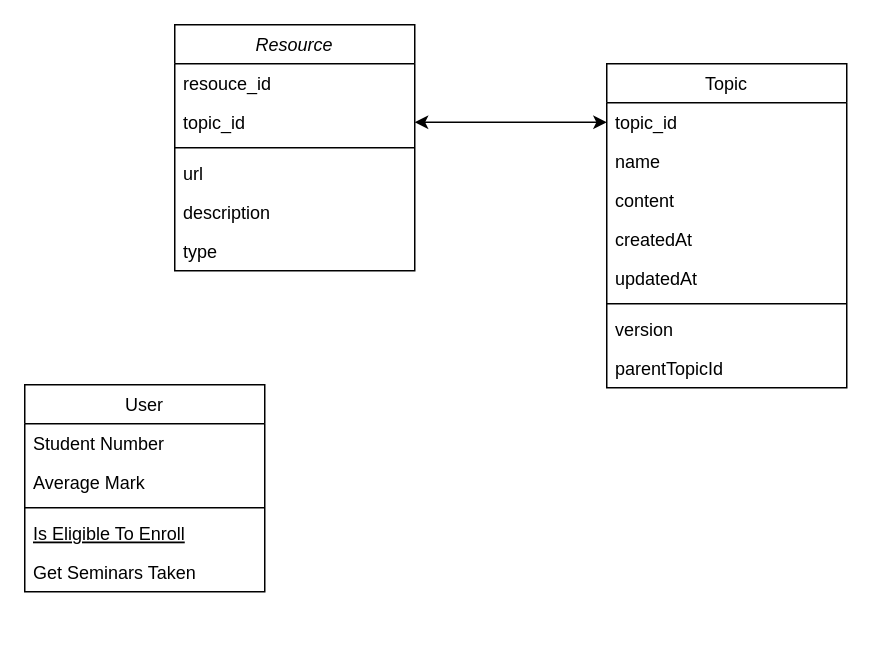
This is ManagementAPI.drawio from code-a11ly/Draw.io, a draw.io file, before an edit. Source tidied: cells renumbered, new cells numbered last; positions are measured from the earlier drawing's top-left corner, leaving out a move shared by most shapes. Both pictures are drawn from the tidied source at 150%, with x=0, y=0 at pixel (24, 24).
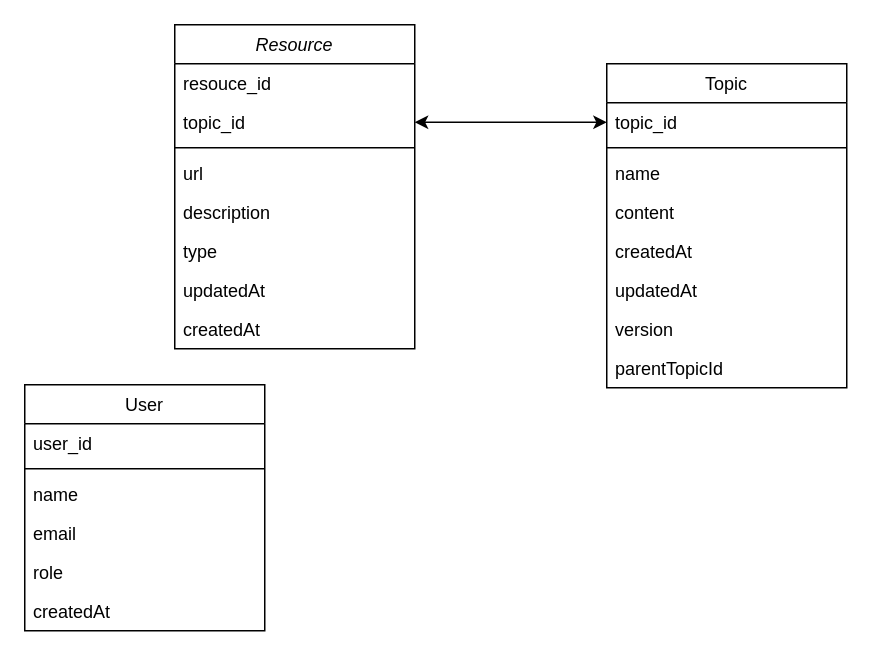
The same page after the edit.

Unchanged cells that the change refers to:
```xml
<mxCell id="15" value="Topic" style="swimlane;fontStyle=0;align=center;verticalAlign=top;horizontal=1;startSize=26;rounded=0;shadow=0;strokeWidth=1;" parent="1" vertex="1">
  <mxGeometry x="388" y="26" width="160" height="216" as="geometry" />
</mxCell>
```

Change to the diagram source:
```diff
@@
     <mxCell id="2" value="Resource" style="swimlane;fontStyle=2;align=center;verticalAlign=top;horizontal=1;startSize=26;rounded=0;shadow=0;strokeWidth=1;" parent="1" vertex="1">
-      <mxGeometry x="100" width="160" height="164" as="geometry" />
+      <mxGeometry x="100" width="160" height="216" as="geometry" />
     </mxCell>
@@
+    <mxCell id="25" value="updatedAt" style="text;align=left;verticalAlign=top;spacingLeft=4;spacingRight=4;overflow=hidden;rounded=0;shadow=0;html=0;" parent="2" vertex="1">
+      <mxGeometry y="164" width="160" height="26" as="geometry" />
+    </mxCell>
+    <mxCell id="26" value="createdAt" style="text;align=left;verticalAlign=top;spacingLeft=4;spacingRight=4;overflow=hidden;rounded=0;shadow=0;html=0;" parent="2" vertex="1">
+      <mxGeometry y="190" width="160" height="26" as="geometry" />
+    </mxCell>
     <mxCell id="9" value="User" style="swimlane;fontStyle=0;align=center;verticalAlign=top;horizontal=1;startSize=26;rounded=0;shadow=0;strokeWidth=1;" parent="1" vertex="1">
-      <mxGeometry y="240" width="160" height="138" as="geometry" />
+      <mxGeometry y="240" width="160" height="164" as="geometry" />
     </mxCell>
-    <mxCell id="10" value="Student Number" style="text;align=left;verticalAlign=top;spacingLeft=4;spacingRight=4;overflow=hidden;" parent="9" vertex="1">
+    <mxCell id="10" value="user_id" style="text;align=left;verticalAlign=top;spacingLeft=4;spacingRight=4;overflow=hidden;" parent="9" vertex="1">
       <mxGeometry y="26" width="160" height="26" as="geometry" />
     </mxCell>
+    <mxCell id="12" style="line;html=1;strokeWidth=1;align=left;verticalAlign=middle;spacingTop=-1;spacingLeft=3;spacingRight=3;labelPosition=right;" parent="9" vertex="1">
+      <mxGeometry y="52" width="160" height="8" as="geometry" />
+    </mxCell>
-    <mxCell id="11" value="Average Mark" style="text;align=left;verticalAlign=top;spacingLeft=4;spacingRight=4;overflow=hidden;rounded=0;shadow=0;html=0;" parent="9" vertex="1">
-      <mxGeometry y="52" width="160" height="26" as="geometry" />
+    <mxCell id="11" value="name" style="text;align=left;verticalAlign=top;spacingLeft=4;spacingRight=4;overflow=hidden;rounded=0;shadow=0;html=0;" parent="9" vertex="1">
+      <mxGeometry y="60" width="160" height="26" as="geometry" />
     </mxCell>
-    <mxCell id="12" style="line;html=1;strokeWidth=1;align=left;verticalAlign=middle;spacingTop=-1;spacingLeft=3;spacingRight=3;labelPosition=right;" parent="9" vertex="1">
-      <mxGeometry y="78" width="160" height="8" as="geometry" />
-    </mxCell>
-    <mxCell id="13" value="Is Eligible To Enroll" style="text;align=left;verticalAlign=top;spacingLeft=4;spacingRight=4;overflow=hidden;fontStyle=4;" parent="9" vertex="1">
+    <mxCell id="13" value="email" style="text;align=left;verticalAlign=top;spacingLeft=4;spacingRight=4;overflow=hidden;fontStyle=0;" parent="9" vertex="1">
       <mxGeometry y="86" width="160" height="26" as="geometry" />
     </mxCell>
-    <mxCell id="14" value="Get Seminars Taken" style="text;align=left;verticalAlign=top;spacingLeft=4;spacingRight=4;overflow=hidden;" parent="9" vertex="1">
+    <mxCell id="14" value="role" style="text;align=left;verticalAlign=top;spacingLeft=4;spacingRight=4;overflow=hidden;" parent="9" vertex="1">
       <mxGeometry y="112" width="160" height="26" as="geometry" />
     </mxCell>
+    <mxCell id="27" value="createdAt" style="text;align=left;verticalAlign=top;spacingLeft=4;spacingRight=4;overflow=hidden;rounded=0;shadow=0;html=0;" parent="9" vertex="1">
+      <mxGeometry y="138" width="160" height="26" as="geometry" />
+    </mxCell>
@@
+    <mxCell id="21" style="line;html=1;strokeWidth=1;align=left;verticalAlign=middle;spacingTop=-1;spacingLeft=3;spacingRight=3;labelPosition=right;" parent="15" vertex="1">
+      <mxGeometry y="52" width="160" height="8" as="geometry" />
+    </mxCell>
     <mxCell id="17" value="name" style="text;align=left;verticalAlign=top;spacingLeft=4;spacingRight=4;overflow=hidden;rounded=0;shadow=0;html=0;" parent="15" vertex="1">
-      <mxGeometry y="52" width="160" height="26" as="geometry" />
+      <mxGeometry y="60" width="160" height="26" as="geometry" />
     </mxCell>
     <mxCell id="18" value="content" style="text;align=left;verticalAlign=top;spacingLeft=4;spacingRight=4;overflow=hidden;rounded=0;shadow=0;html=0;" parent="15" vertex="1">
-      <mxGeometry y="78" width="160" height="26" as="geometry" />
+      <mxGeometry y="86" width="160" height="26" as="geometry" />
     </mxCell>
     <mxCell id="19" value="createdAt" style="text;align=left;verticalAlign=top;spacingLeft=4;spacingRight=4;overflow=hidden;rounded=0;shadow=0;html=0;" parent="15" vertex="1">
-      <mxGeometry y="104" width="160" height="26" as="geometry" />
+      <mxGeometry y="112" width="160" height="26" as="geometry" />
     </mxCell>
     <mxCell id="20" value="updatedAt" style="text;align=left;verticalAlign=top;spacingLeft=4;spacingRight=4;overflow=hidden;rounded=0;shadow=0;html=0;" parent="15" vertex="1">
-      <mxGeometry y="130" width="160" height="26" as="geometry" />
+      <mxGeometry y="138" width="160" height="26" as="geometry" />
     </mxCell>
-    <mxCell id="21" style="line;html=1;strokeWidth=1;align=left;verticalAlign=middle;spacingTop=-1;spacingLeft=3;spacingRight=3;labelPosition=right;" parent="15" vertex="1">
-      <mxGeometry y="156" width="160" height="8" as="geometry" />
-    </mxCell>
```
